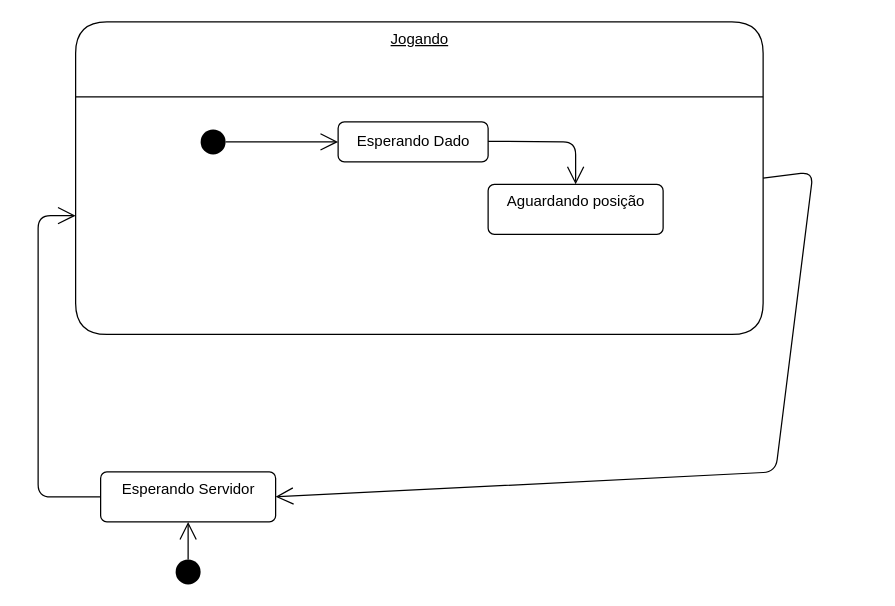
Before: page "Page-1" (1 of 2) of Untitled Diagram.drawio in vosouza/LPS_Projeto, a draw.io diagram. Source tidied: cells renumbered, new cells numbered last; positions are measured from the earlier drawing's top-left corner, leaving out a move shared by most shapes. Both pictures are drawn from the tidied source at 125%, with x=0, y=0 at pixel (38, 21).
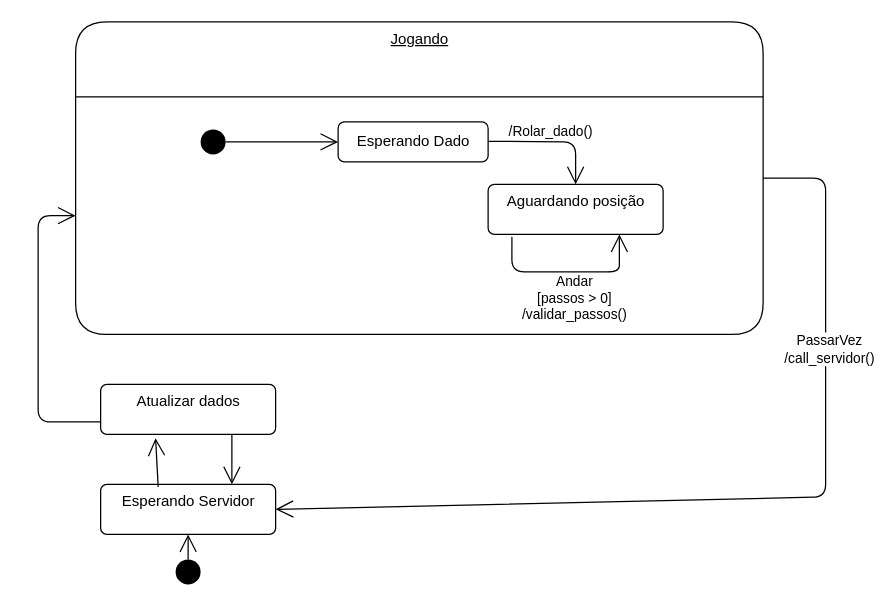
The same page after the edit.

The change refers to these unchanged cells:
```xml
<mxCell id="2" value="Jogando" style="swimlane;fontStyle=4;align=center;verticalAlign=top;horizontal=1;startSize=60;html=1;rounded=1;absoluteArcSize=1;arcSize=50;" parent="1" vertex="1">
  <mxGeometry x="30" width="550" height="250" as="geometry" />
</mxCell>
<mxCell id="3" style="fillColor=none;strokeColor=none;" parent="2" vertex="1">
  <mxGeometry y="60" width="550" height="190" as="geometry" />
</mxCell>
<mxCell id="5" value="Aguardando posição" style="html=1;align=center;verticalAlign=top;rounded=1;absoluteArcSize=1;arcSize=10;dashed=0;" parent="3" vertex="1">
  <mxGeometry x="330" y="70" width="140" height="40" as="geometry" />
</mxCell>
```

Diff of the diagram source:
```diff
@@
-    <mxCell id="8" style="endArrow=open;endFill=1;endSize=12;html=1;" parent="3" edge="1" target="5">
-      <mxGeometry relative="1" as="geometry">
-        <mxPoint x="330" y="35.6" as="sourcePoint" />
-        <Array as="points">
-          <mxPoint x="400" y="36" />
-        </Array>
-      </mxGeometry>
-    </mxCell>
+    <mxCell id="14" style="endArrow=open;endFill=1;endSize=12;html=1;" parent="3" edge="1" target="5">
+      <mxGeometry relative="1" as="geometry">
+        <mxPoint x="330" y="35.6" as="sourcePoint" />
+        <Array as="points">
+          <mxPoint x="400" y="36" />
+        </Array>
+      </mxGeometry>
+    </mxCell>
+    <mxCell id="15" value="&lt;br&gt;/Rolar_dado()" style="edgeLabel;html=1;align=center;verticalAlign=middle;" parent="14" vertex="1">
+      <mxGeometry x="-0.15" y="-2" relative="1" as="geometry">
+        <mxPoint x="6" y="-17.8" as="offset" />
+      </mxGeometry>
+    </mxCell>
+    <mxCell id="16" style="endArrow=open;endFill=1;endSize=12;html=1;exitX=0.136;exitY=1.05;exitDx=0;exitDy=0;exitPerimeter=0;entryX=0.75;entryY=1;entryDx=0;entryDy=0;" parent="3" edge="1" source="5" target="5">
+      <mxGeometry relative="1" as="geometry">
+        <Array as="points">
+          <mxPoint x="349" y="140" />
+          <mxPoint x="435" y="140" />
+          <mxPoint x="435" y="130" />
+        </Array>
+      </mxGeometry>
+    </mxCell>
+    <mxCell id="17" value="&lt;div&gt;Andar&lt;br&gt;&lt;/div&gt;&lt;div&gt;[passos &amp;gt; 0]&lt;/div&gt;/validar_passos()" style="edgeLabel;html=1;align=center;verticalAlign=middle;" parent="16" vertex="1">
+      <mxGeometry x="0.12" y="4" relative="1" as="geometry">
+        <mxPoint x="-3" y="24" as="offset" />
+      </mxGeometry>
+    </mxCell>
     <mxCell id="9" style="endArrow=open;endFill=1;endSize=12;html=1;entryX=1;entryY=0.5;entryDx=0;entryDy=0;exitX=1;exitY=0.5;exitDx=0;exitDy=0;" parent="1" edge="1" source="2" target="13">
       <mxGeometry relative="1" as="geometry">
         <Array as="points">
-          <mxPoint x="620" y="120" />
-          <mxPoint x="590" y="360" />
+          <mxPoint x="630" y="125" />
+          <mxPoint x="630" y="380" />
         </Array>
       </mxGeometry>
     </mxCell>
-    <mxCell id="10" style="endArrow=open;endFill=1;endSize=12;html=1;exitX=0;exitY=0.5;exitDx=0;exitDy=0;entryX=0;entryY=0.5;entryDx=0;entryDy=0;" parent="1" edge="1" target="3">
-      <mxGeometry relative="1" as="geometry">
-        <mxPoint x="60" y="380" as="sourcePoint" />
-        <Array as="points">
-          <mxPoint y="380" />
-          <mxPoint y="155" />
-        </Array>
-      </mxGeometry>
-    </mxCell>
+    <mxCell id="18" value="PassarVez&lt;br&gt;&lt;div&gt;/call_servidor()&lt;br&gt;&lt;/div&gt;" style="edgeLabel;html=1;align=center;verticalAlign=middle;" parent="9" vertex="1">
+      <mxGeometry x="-0.5" y="2" relative="1" as="geometry" />
+    </mxCell>
+    <mxCell id="19" style="endArrow=open;endFill=1;endSize=12;html=1;exitX=0;exitY=0.75;exitDx=0;exitDy=0;entryX=0;entryY=0.5;entryDx=0;entryDy=0;" parent="1" edge="1" source="21" target="3">
+      <mxGeometry relative="1" as="geometry">
+        <Array as="points">
+          <mxPoint y="320" />
+          <mxPoint y="155" />
+        </Array>
+      </mxGeometry>
+    </mxCell>
@@
-    <mxCell id="12" style="endArrow=open;endFill=1;endSize=12;html=1;entryX=0.5;entryY=1;entryDx=0;entryDy=0;" parent="1" edge="1" target="13">
-      <mxGeometry relative="1" as="geometry">
-        <mxPoint x="120" y="430" as="sourcePoint" />
-      </mxGeometry>
-    </mxCell>
+    <mxCell id="20" style="endArrow=open;endFill=1;endSize=12;html=1;entryX=0.5;entryY=1;entryDx=0;entryDy=0;" parent="1" edge="1" target="13">
+      <mxGeometry relative="1" as="geometry">
+        <mxPoint x="120" y="430" as="sourcePoint" />
+      </mxGeometry>
+    </mxCell>
     <mxCell id="13" value="Esperando Servidor" style="html=1;align=center;verticalAlign=top;rounded=1;absoluteArcSize=1;arcSize=10;dashed=0;" parent="1" vertex="1">
-      <mxGeometry x="50" y="360" width="140" height="40" as="geometry" />
+      <mxGeometry x="50" y="370" width="140" height="40" as="geometry" />
     </mxCell>
+    <mxCell id="21" value="Atualizar dados" style="html=1;align=center;verticalAlign=top;rounded=1;absoluteArcSize=1;arcSize=10;dashed=0;" parent="1" vertex="1">
+      <mxGeometry x="50" y="290" width="140" height="40" as="geometry" />
+    </mxCell>
+    <mxCell id="22" style="endArrow=open;endFill=1;endSize=12;html=1;exitX=0.329;exitY=0.05;exitDx=0;exitDy=0;exitPerimeter=0;entryX=0.314;entryY=1.075;entryDx=0;entryDy=0;entryPerimeter=0;" parent="1" edge="1" source="13" target="21">
+      <mxGeometry relative="1" as="geometry" />
+    </mxCell>
+    <mxCell id="23" style="endArrow=open;endFill=1;endSize=12;html=1;exitX=0.75;exitY=1;exitDx=0;exitDy=0;entryX=0.75;entryY=0;entryDx=0;entryDy=0;" parent="1" edge="1" source="21" target="13">
+      <mxGeometry relative="1" as="geometry" />
+    </mxCell>
```
